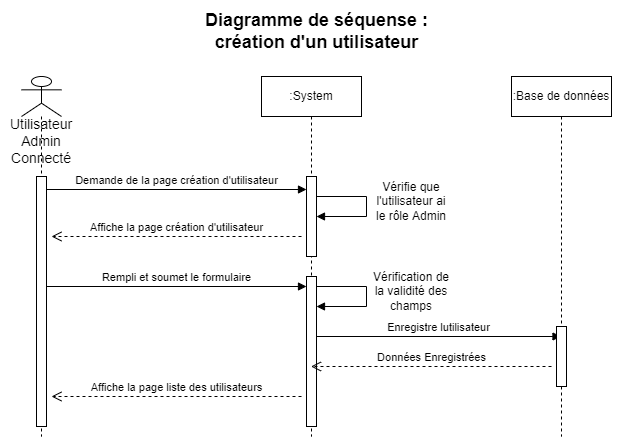
This is diagrammes/ToDo_List_D_S_Create_User.drawio.png from gnut06300/P7_ToDo_Co, a draw.io export, as it was before one commit. Source tidied: cells renumbered, new cells last; positions are measured from the earlier drawing's top-left corner, leaving out a move shared by most shapes.
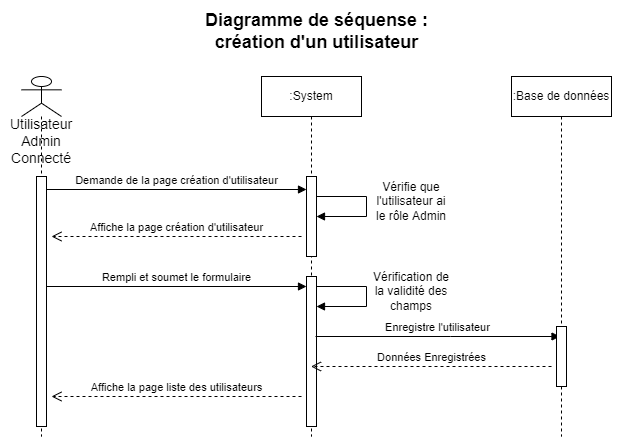
After the commit.

Change to the diagram source:
```diff
@@ -51,9 +51,13 @@
         <mxPoint x="-5" y="-20" as="offset" />
       </mxGeometry>
     </mxCell>
-    <mxCell id="12" value="Enregistre lutilisateur" style="html=1;verticalAlign=bottom;endArrow=block;rounded=0;" parent="6" edge="1" target="13">
+    <mxCell id="12" value="Enregistre l'utilisateur" style="html=1;verticalAlign=bottom;endArrow=block;rounded=0;" parent="6" edge="1">
       <mxGeometry relative="1" as="geometry">
-        <mxPoint x="55" y="260" as="sourcePoint" />
+        <mxPoint x="54" y="260" as="sourcePoint" />
+        <mxPoint x="298.5" y="260" as="targetPoint" />
+        <Array as="points">
+          <mxPoint x="189" y="260" />
+        </Array>
       </mxGeometry>
     </mxCell>
     <mxCell id="13" value=":Base de données" style="shape=umlLifeline;perimeter=lifelinePerimeter;whiteSpace=wrap;html=1;outlineConnect=0;" parent="1" vertex="1">
```
